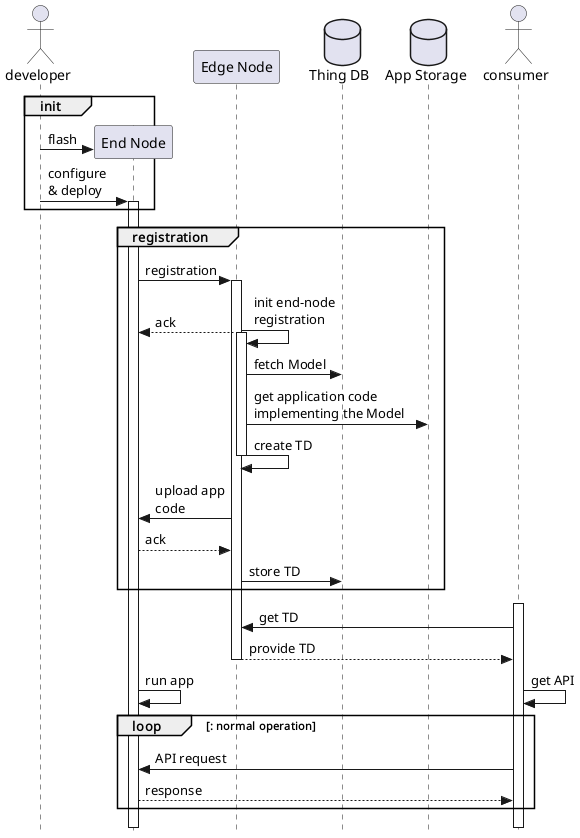
Above: uml/top_level_sequence.png in les2feup/CityLink (PlantUML), before the change.
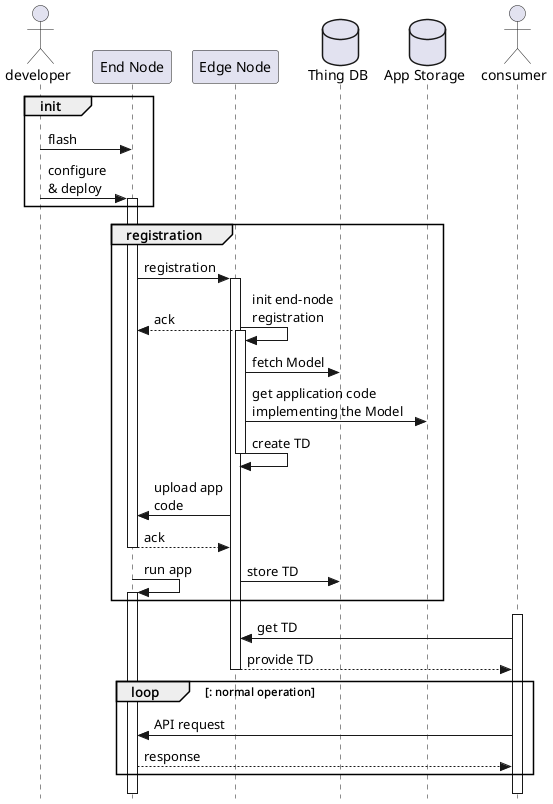
Above is the later version.

Commit message:
updates to uml diagrams

Change to the diagram source:
```diff
@@ -12,40 +12,38 @@
 actor consumer
 
 group init
-create iotdev
-dev -> iotdev : flash
-dev -> iotdev : configure \n& deploy
-activate iotdev
+    dev -> iotdev : flash
+    dev -> iotdev : configure \n& deploy
+    activate iotdev
 end
 
 group registration
+    iotdev -> node : registration
 
-iotdev -> node : registration
+    activate node
+    node -> node : init end-node\nregistration
+    & node --> iotdev : ack
 
-activate node
-node -> node : init end-node\nregistration
-& node --> iotdev : ack
+    activate node
+    node -> db : fetch Model
+    node -> store : get application code\nimplementing the Model
 
-activate node
-node -> db : fetch Model
-node -> store : get application code\nimplementing the Model
+    node -> node : create TD
+    deactivate node
 
-node -> node : create TD
-deactivate node
+    node -> iotdev : upload app\ncode
+    iotdev --> node : ack
+    deactivate iotdev
 
-node -> iotdev : upload app\ncode
-iotdev --> node : ack
-
-node -> db : store TD
+    node -> db : store TD
+    & iotdev -> iotdev : run app
+    activate iotdev
 end
 
 activate consumer
 consumer -> node: get TD
 node --> consumer: provide TD
 deactivate node
-
-iotdev -> iotdev : run app
-& consumer -> consumer : get API
 
 loop : normal operation
     consumer -> iotdev : API request
@@ -55,5 +53,4 @@
 deactivate iotdev
 deactivate consumer
 
-
 @enduml
```
